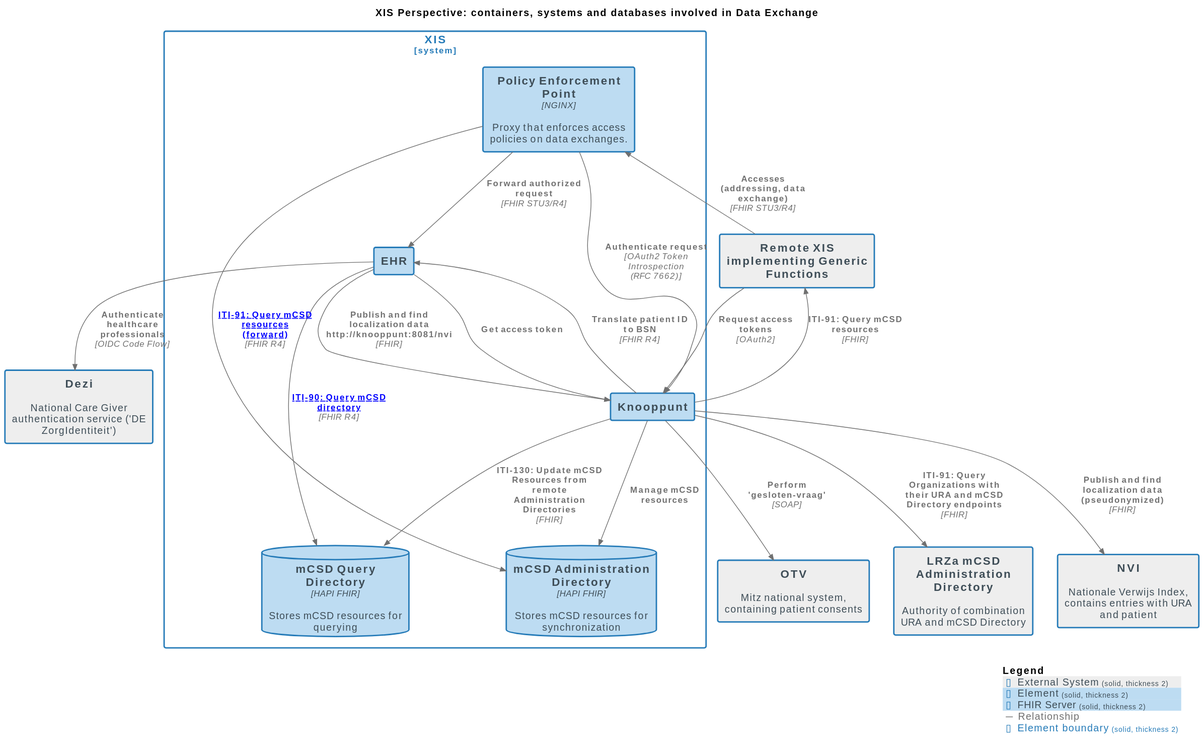
Earlier version of the PlantUML export docs/images/structurizr-DataExchange_ContainerDiagram.svg (nuts-foundation/nuts-knooppunt).
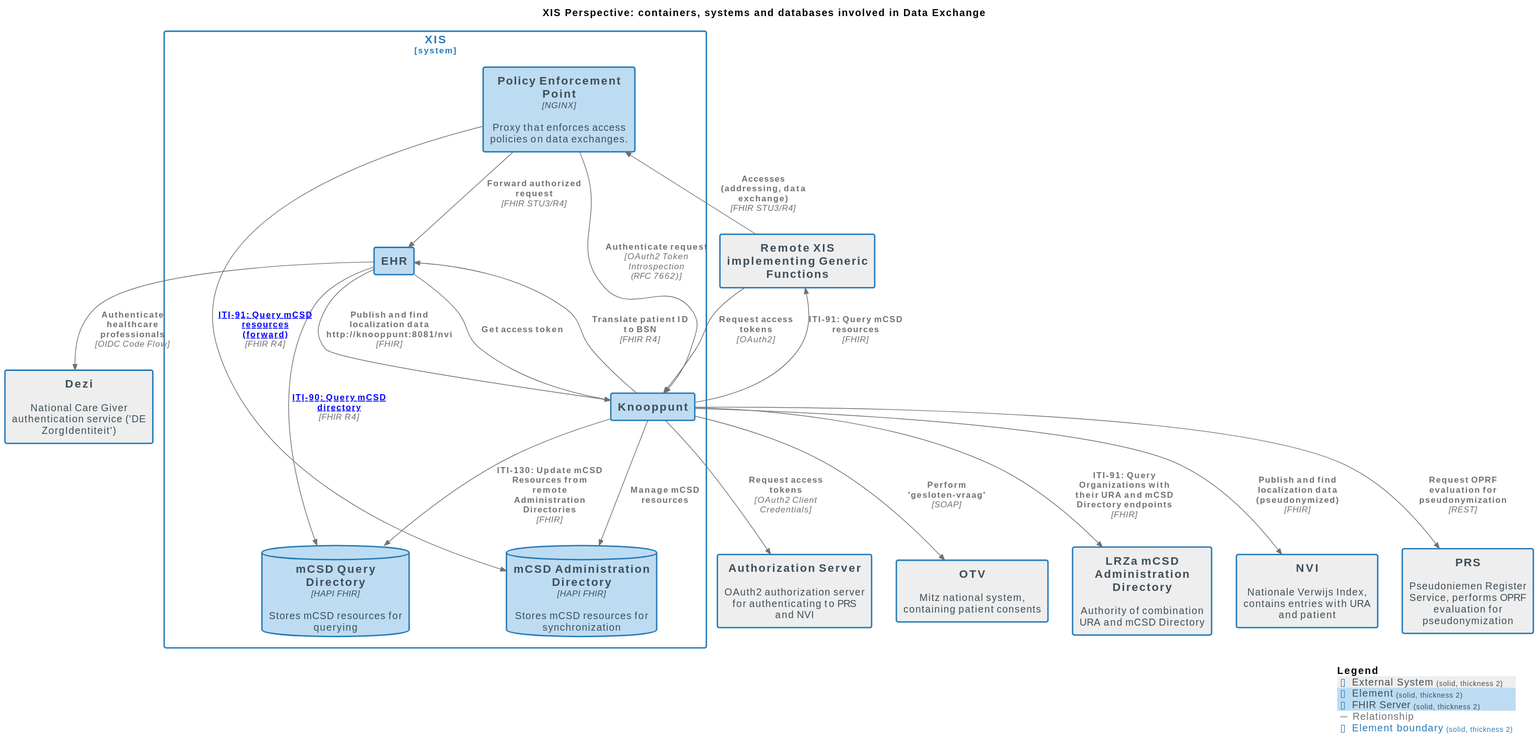
Above is the later version.

What changed in the source:
```diff
@@ -18,6 +18,8 @@
 
 System(LRZamCSDAdministrationDirectory, "LRZa mCSD Administration Directory", $descr="Authority of combination URA and mCSD Directory", $tags="External System", $link="")
 System(NVI, "NVI", $descr="Nationale Verwijs Index, contains entries with URA and patient", $tags="External System", $link="")
+System(PRS, "PRS", $descr="Pseudoniemen Register Service, performs OPRF evaluation for pseudonymization", $tags="External System", $link="")
+System(AuthorizationServer, "Authorization Server", $descr="OAuth2 authorization server for authenticating to PRS and NVI", $tags="External System", $link="")
 System(OTV, "OTV", $descr="Mitz national system, containing patient consents", $tags="External System", $link="")
 System(Dezi, "Dezi", $descr="National Care Giver authentication service ('DE ZorgIdentiteit')", $tags="External System", $link="")
 System(RemoteXISimplementingGenericFunctions, "Remote XIS\nimplementing Generic Functions", $descr="", $tags="External System", $link="")
@@ -38,6 +40,8 @@
 Rel(XIS.Knooppunt, LRZamCSDAdministrationDirectory, "ITI-91: Query Organizations with their URA and mCSD Directory endpoints", $techn="FHIR", $tags="Relationship", $link="")
 Rel(XIS.Knooppunt, RemoteXISimplementingGenericFunctions, "ITI-91: Query mCSD resources", $techn="FHIR", $tags="Relationship", $link="")
 Rel(XIS.EHR, XIS.Knooppunt, "Publish and find localization data\nhttp://knooppunt:8081/nvi", $techn="FHIR", $tags="Relationship", $link="")
+Rel(XIS.Knooppunt, AuthorizationServer, "Request access tokens", $techn="OAuth2 Client Credentials", $tags="Relationship", $link="")
+Rel(XIS.Knooppunt, PRS, "Request OPRF evaluation for pseudonymization", $techn="REST", $tags="Relationship", $link="")
 Rel(XIS.Knooppunt, NVI, "Publish and find localization data\n(pseudonymized)", $techn="FHIR", $tags="Relationship", $link="")
 Rel(XIS.Knooppunt, OTV, "Perform 'gesloten-vraag'", $techn="SOAP", $tags="Relationship", $link="")
 Rel(XIS.EHR, Dezi, "Authenticate healthcare professionals", $techn="OIDC Code Flow", $tags="Relationship", $link="")
```
